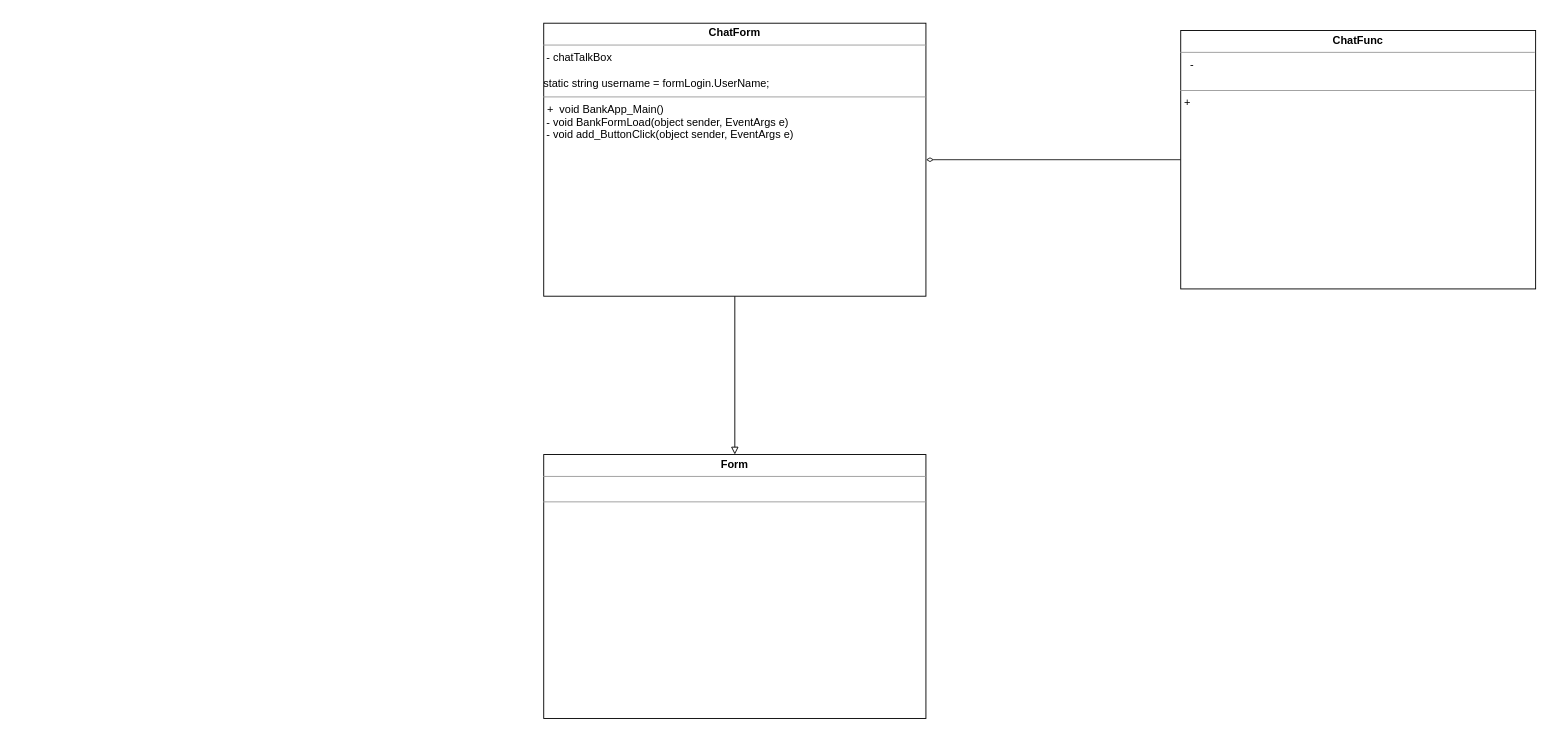
Above: ChatBot/chatbot.drawio in gingerswaltz/gingerswaltz-official (draw.io), before the change. Source tidied: cells renumbered, new cells numbered last; positions are measured from the earlier drawing's top-left corner, leaving out a move shared by most shapes. Both pictures are drawn from the tidied source at 91%, with x=0, y=0 at pixel (543, 23).
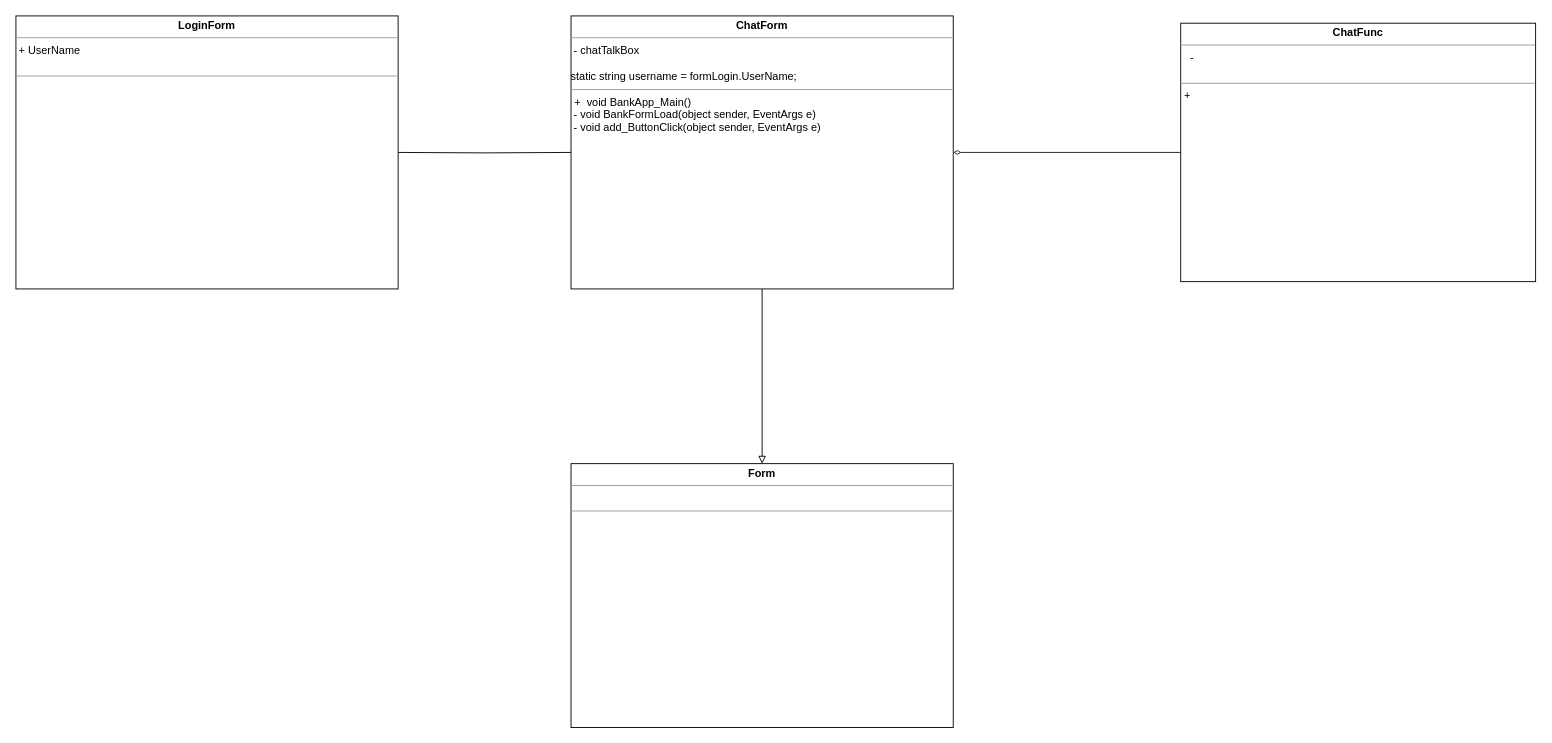
After the change.

The edit, as a diff of the source:
```diff
@@
 <mxGraphModel>
   <root>
     <mxCell id="0" />
     <mxCell id="1" parent="0" />
     <mxCell id="2" value="&lt;p style=&quot;margin: 0px ; margin-top: 4px ; text-align: center&quot;&gt;&lt;b&gt;ChatFunc&lt;/b&gt;&lt;/p&gt;&lt;hr size=&quot;1&quot;&gt;&lt;p style=&quot;margin: 0px ; margin-left: 4px&quot;&gt;&amp;nbsp;&lt;span&gt;&#9;&lt;/span&gt;-&lt;/p&gt;&lt;div&gt;&lt;br&gt;&lt;/div&gt;&lt;hr size=&quot;1&quot;&gt;&lt;p style=&quot;margin: 0px ; margin-left: 4px&quot;&gt;+&lt;/p&gt;" style="verticalAlign=top;align=left;overflow=fill;fontSize=12;fontFamily=Helvetica;html=1;" parent="1" vertex="1">
-      <mxGeometry x="700" y="8" width="390" height="284" as="geometry" />
+      <mxGeometry x="700" width="390" height="284" as="geometry" />
     </mxCell>
     <mxCell id="3" value="&lt;p style=&quot;margin: 0px ; margin-top: 4px ; text-align: center&quot;&gt;&lt;b&gt;Form&lt;/b&gt;&lt;/p&gt;&lt;hr size=&quot;1&quot;&gt;&lt;p style=&quot;margin: 0px ; margin-left: 4px&quot;&gt;&lt;br&gt;&lt;/p&gt;&lt;hr size=&quot;1&quot;&gt;&lt;p style=&quot;margin: 0px ; margin-left: 4px&quot;&gt;&lt;br&gt;&lt;/p&gt;" style="verticalAlign=top;align=left;overflow=fill;fontSize=12;fontFamily=Helvetica;html=1;" parent="1" vertex="1">
-      <mxGeometry y="474" width="420" height="290" as="geometry" />
+      <mxGeometry x="30" y="484" width="420" height="290" as="geometry" />
     </mxCell>
     <mxCell id="4" style="edgeStyle=orthogonalEdgeStyle;rounded=0;jettySize=auto;html=1;entryX=0.5;entryY=0;entryDx=0;entryDy=0;endArrow=block;endFill=0;" parent="1" edge="1" source="6" target="3">
       <mxGeometry relative="1" as="geometry" />
     </mxCell>
     <mxCell id="5" style="edgeStyle=orthogonalEdgeStyle;rounded=0;jettySize=auto;html=1;endArrow=diamondThin;endFill=0;strokeColor=#1A1A1A;" parent="1" edge="1" source="2" target="6">
       <mxGeometry relative="1" as="geometry" />
     </mxCell>
     <mxCell id="6" value="&lt;p style=&quot;margin: 0px ; margin-top: 4px ; text-align: center&quot;&gt;&lt;b&gt;ChatForm&lt;/b&gt;&lt;/p&gt;&lt;hr size=&quot;1&quot;&gt;&lt;p style=&quot;margin: 0px ; margin-left: 4px&quot;&gt;&lt;/p&gt;&amp;nbsp;- chatTalkBox&lt;span style=&quot;background-color: rgb(255 , 255 , 255)&quot;&gt;&lt;br&gt;&lt;/span&gt;&lt;br&gt;static string username = formLogin.UserName;&lt;hr size=&quot;1&quot;&gt;&lt;p style=&quot;margin: 0px ; margin-left: 4px&quot;&gt;+&amp;nbsp;&lt;span&gt;&amp;nbsp;void BankApp_Main()&lt;/span&gt;&lt;/p&gt;&lt;div&gt;&lt;span&gt;&amp;nbsp;- void BankFormLoad(object sender, EventArgs e)&lt;br&gt;&amp;nbsp;- void add_ButtonClick(object sender, EventArgs e)&lt;br&gt;&lt;/span&gt;&lt;/div&gt;&lt;div&gt;&lt;span&gt;&lt;br&gt;&lt;/span&gt;&lt;/div&gt;" style="verticalAlign=top;align=left;overflow=fill;fontSize=12;fontFamily=Helvetica;html=1;" parent="1" vertex="1">
-      <mxGeometry width="420" height="300" as="geometry" />
+      <mxGeometry x="30" y="-8" width="420" height="300" as="geometry" />
     </mxCell>
+    <mxCell id="7" value="&lt;p style=&quot;margin: 0px ; margin-top: 4px ; text-align: center&quot;&gt;&lt;b&gt;LoginForm&lt;/b&gt;&lt;/p&gt;&lt;hr size=&quot;1&quot;&gt;&lt;p style=&quot;margin: 0px ; margin-left: 4px&quot;&gt;&lt;/p&gt;&amp;nbsp;+ UserName&lt;span style=&quot;background-color: rgb(255 , 255 , 255)&quot;&gt;&lt;br&gt;&lt;/span&gt;&lt;br&gt;&lt;hr size=&quot;1&quot;&gt;&lt;p style=&quot;margin: 0px ; margin-left: 4px&quot;&gt;&lt;br&gt;&lt;/p&gt;&lt;div&gt;&lt;span&gt;&lt;br&gt;&lt;/span&gt;&lt;/div&gt;" style="verticalAlign=top;align=left;overflow=fill;fontSize=12;fontFamily=Helvetica;html=1;" parent="1" vertex="1">
+      <mxGeometry x="-580" y="-8" width="420" height="300" as="geometry" />
+    </mxCell>
+    <mxCell id="8" style="endArrow=none;html=1;rounded=0;edgeStyle=orthogonalEdgeStyle;" parent="1" edge="1" target="6">
+      <mxGeometry relative="1" as="geometry">
+        <mxPoint x="-160" y="142" as="sourcePoint" />
+      </mxGeometry>
+    </mxCell>
   </root>
 </mxGraphModel>
```
